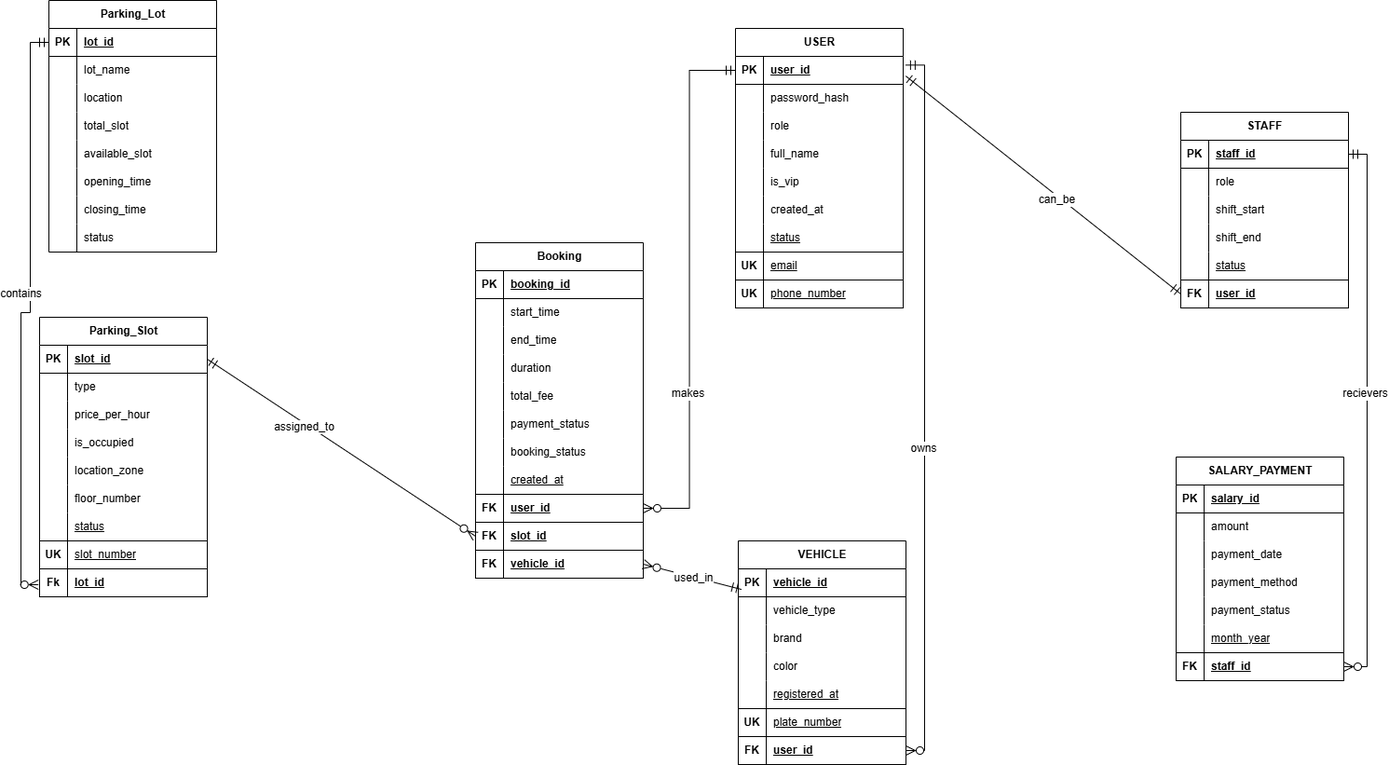
Above: diagrams/erd.drawio.png in A-proG-spec/AASTU-DB-Project-Group-2 (draw.io), before the change. Source tidied: cells renumbered, new cells last; positions are measured from the earlier drawing's top-left corner, leaving out a move shared by most shapes.
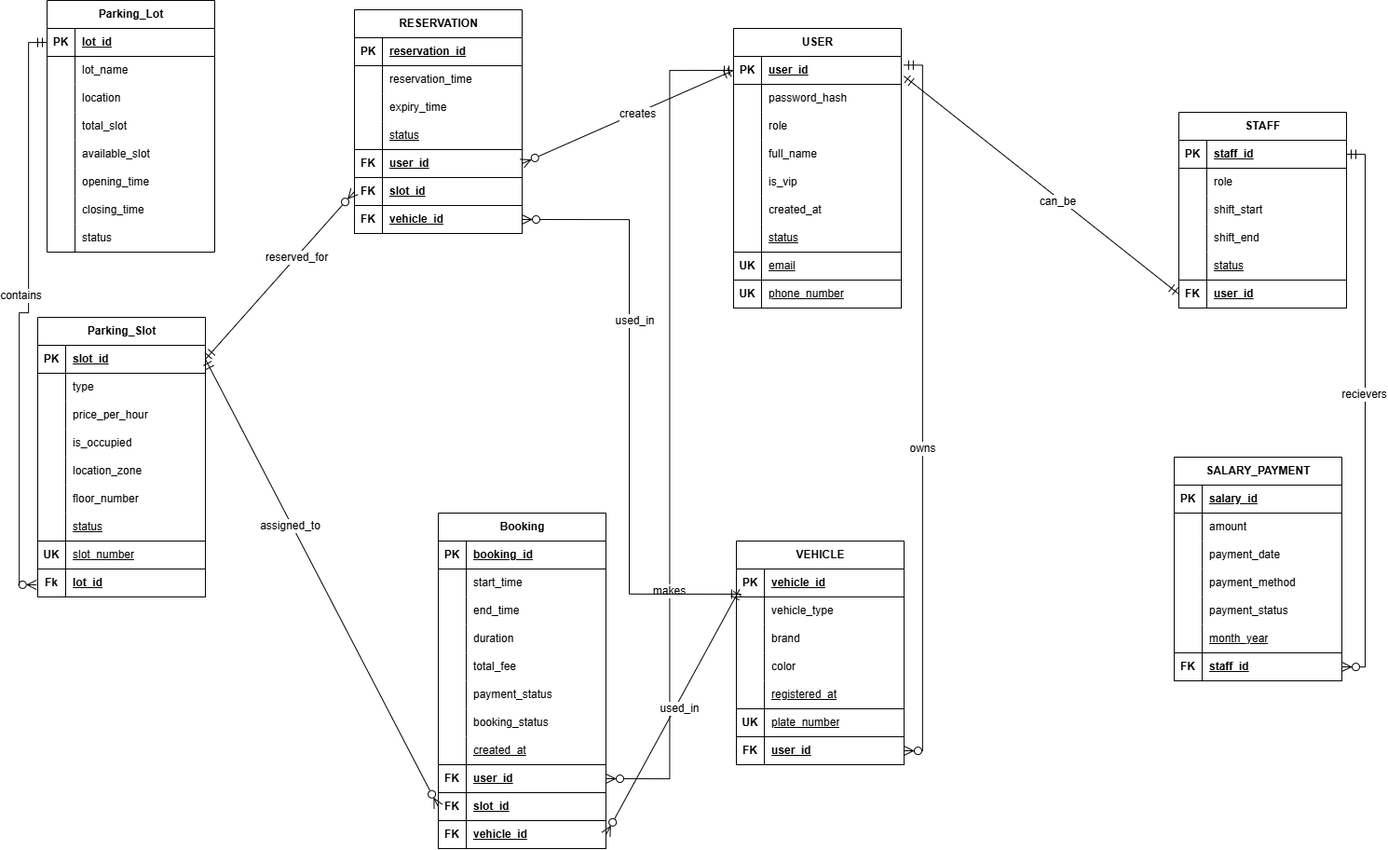
The same file after the commit.

Commit message:
added the entity reservation and how it relate with others entities

What changed in the source:
```diff
@@ -162,7 +162,7 @@
       <mxGeometry x="30" width="150" height="30" as="geometry" />
     </mxCell>
     <mxCell id="55" value="Booking" style="shape=table;startSize=30;rowLines=0;fontStyle=1;align=center;html=1;" parent="1" vertex="1">
-      <mxGeometry x="488" y="260" width="180" height="360" as="geometry" />
+      <mxGeometry x="450" y="550" width="180" height="360" as="geometry" />
     </mxCell>
     <mxCell id="56" style="shape=tableRow;horizontal=0;startSize=0;swimlaneHead=0;swimlaneBody=0;fillColor=none;top=0;left=0;right=0;bottom=1;" parent="55" vertex="1">
       <mxGeometry y="30" width="180" height="30" as="geometry" />
@@ -593,5 +593,89 @@
         <mxPoint y="-1" as="offset" />
       </mxGeometry>
     </mxCell>
+    <mxCell id="194" value="RESERVATION" style="shape=table;startSize=30;rowLines=0;fontStyle=1;align=center;html=1;" parent="1" vertex="1">
+      <mxGeometry x="360" y="10" width="180" height="240" as="geometry" />
+    </mxCell>
+    <mxCell id="195" style="shape=tableRow;horizontal=0;startSize=0;swimlaneHead=0;swimlaneBody=0;fillColor=none;top=0;left=0;right=0;bottom=1;" parent="194" vertex="1">
+      <mxGeometry y="30" width="180" height="30" as="geometry" />
+    </mxCell>
+    <mxCell id="196" value="PK" style="shape=partialRectangle;fillColor=none;top=0;left=0;bottom=0;right=0;fontStyle=1;overflow=hidden;whiteSpace=wrap;html=1;" parent="195" vertex="1">
+      <mxGeometry width="30" height="30" as="geometry" />
+    </mxCell>
+    <mxCell id="197" value="reservation_id" style="shape=partialRectangle;fillColor=none;top=0;left=0;bottom=0;right=0;align=left;spacingLeft=6;fontStyle=5;overflow=hidden;whiteSpace=wrap;html=1;" parent="195" vertex="1">
+      <mxGeometry x="30" width="150" height="30" as="geometry" />
+    </mxCell>
+    <mxCell id="198" style="shape=tableRow;horizontal=0;startSize=0;swimlaneHead=0;swimlaneBody=0;fillColor=none;top=0;left=0;right=0;bottom=0;" parent="194" vertex="1">
+      <mxGeometry y="60" width="180" height="30" as="geometry" />
+    </mxCell>
+    <mxCell id="199" style="shape=partialRectangle;fillColor=none;top=0;left=0;bottom=0;right=0;overflow=hidden;whiteSpace=wrap;html=1;" parent="198" vertex="1">
+      <mxGeometry width="30" height="30" as="geometry" />
+    </mxCell>
+    <mxCell id="200" value="reservation_time" style="shape=partialRectangle;fillColor=none;top=0;left=0;bottom=0;right=0;align=left;spacingLeft=6;overflow=hidden;whiteSpace=wrap;html=1;" parent="198" vertex="1">
+      <mxGeometry x="30" width="150" height="30" as="geometry" />
+    </mxCell>
+    <mxCell id="201" style="shape=tableRow;horizontal=0;startSize=0;swimlaneHead=0;swimlaneBody=0;fillColor=none;top=0;left=0;right=0;bottom=0;" parent="194" vertex="1">
+      <mxGeometry y="90" width="180" height="30" as="geometry" />
+    </mxCell>
+    <mxCell id="202" style="shape=partialRectangle;fillColor=none;top=0;left=0;bottom=0;right=0;overflow=hidden;whiteSpace=wrap;html=1;" parent="201" vertex="1">
+      <mxGeometry width="30" height="30" as="geometry" />
+    </mxCell>
+    <mxCell id="203" value="expiry_time" style="shape=partialRectangle;fillColor=none;top=0;left=0;bottom=0;right=0;align=left;spacingLeft=6;overflow=hidden;whiteSpace=wrap;html=1;" parent="201" vertex="1">
+      <mxGeometry x="30" width="150" height="30" as="geometry" />
+    </mxCell>
+    <mxCell id="204" style="shape=tableRow;horizontal=0;startSize=0;swimlaneHead=0;swimlaneBody=0;fillColor=none;top=0;left=0;right=0;bottom=1;" parent="194" vertex="1">
+      <mxGeometry y="120" width="180" height="30" as="geometry" />
+    </mxCell>
+    <mxCell id="205" style="shape=partialRectangle;fillColor=none;top=0;left=0;bottom=0;right=0;fontStyle=1;overflow=hidden;whiteSpace=wrap;html=1;" parent="204" vertex="1">
+      <mxGeometry width="30" height="30" as="geometry" />
+    </mxCell>
+    <mxCell id="206" value="&lt;span style=&quot;font-weight: normal;&quot;&gt;status&lt;/span&gt;" style="shape=partialRectangle;fillColor=none;top=0;left=0;bottom=0;right=0;align=left;spacingLeft=6;fontStyle=5;overflow=hidden;whiteSpace=wrap;html=1;" parent="204" vertex="1">
+      <mxGeometry x="30" width="150" height="30" as="geometry" />
+    </mxCell>
+    <mxCell id="207" style="shape=tableRow;horizontal=0;startSize=0;swimlaneHead=0;swimlaneBody=0;fillColor=none;points=[[0,0.5],[1,0.5]];portConstraint=eastwest;top=0;left=0;right=0;bottom=1;" parent="194" vertex="1">
+      <mxGeometry y="150" width="180" height="30" as="geometry" />
+    </mxCell>
+    <mxCell id="208" value="FK" style="shape=partialRectangle;fillColor=none;top=0;left=0;bottom=0;right=0;fontStyle=1;overflow=hidden;whiteSpace=wrap;html=1;" parent="207" vertex="1">
+      <mxGeometry width="30" height="30" as="geometry" />
+    </mxCell>
+    <mxCell id="209" value="user_id" style="shape=partialRectangle;fillColor=none;top=0;left=0;bottom=0;right=0;align=left;spacingLeft=6;fontStyle=5;overflow=hidden;whiteSpace=wrap;html=1;" parent="207" vertex="1">
+      <mxGeometry x="30" width="150" height="30" as="geometry" />
+    </mxCell>
+    <mxCell id="210" style="shape=tableRow;horizontal=0;startSize=0;swimlaneHead=0;swimlaneBody=0;fillColor=none;points=[[0,0.5],[1,0.5]];portConstraint=eastwest;top=0;left=0;right=0;bottom=1;" parent="194" vertex="1">
+      <mxGeometry y="180" width="180" height="30" as="geometry" />
+    </mxCell>
+    <mxCell id="211" value="FK" style="shape=partialRectangle;fillColor=none;top=0;left=0;bottom=0;right=0;fontStyle=1;overflow=hidden;whiteSpace=wrap;html=1;" parent="210" vertex="1">
+      <mxGeometry width="30" height="30" as="geometry" />
+    </mxCell>
+    <mxCell id="212" value="slot_id" style="shape=partialRectangle;fillColor=none;top=0;left=0;bottom=0;right=0;align=left;spacingLeft=6;fontStyle=5;overflow=hidden;whiteSpace=wrap;html=1;" parent="210" vertex="1">
+      <mxGeometry x="30" width="150" height="30" as="geometry" />
+    </mxCell>
+    <mxCell id="213" style="shape=tableRow;horizontal=0;startSize=0;swimlaneHead=0;swimlaneBody=0;fillColor=none;points=[[0,0.5],[1,0.5]];portConstraint=eastwest;top=0;left=0;right=0;bottom=1;" parent="194" vertex="1">
+      <mxGeometry y="210" width="180" height="30" as="geometry" />
+    </mxCell>
+    <mxCell id="214" value="FK" style="shape=partialRectangle;fillColor=none;top=0;left=0;bottom=0;right=0;fontStyle=1;overflow=hidden;whiteSpace=wrap;html=1;" parent="213" vertex="1">
+      <mxGeometry width="30" height="30" as="geometry" />
+    </mxCell>
+    <mxCell id="215" value="vehicle_id" style="shape=partialRectangle;fillColor=none;top=0;left=0;bottom=0;right=0;align=left;spacingLeft=6;fontStyle=5;overflow=hidden;whiteSpace=wrap;html=1;" parent="213" vertex="1">
+      <mxGeometry x="30" width="150" height="30" as="geometry" />
+    </mxCell>
+    <mxCell id="216" style="edgeStyle=none;curved=1;rounded=0;jettySize=auto;html=1;exitX=0;exitY=0.5;exitDx=0;exitDy=0;entryX=1;entryY=0.5;entryDx=0;entryDy=0;fontSize=12;startSize=8;endSize=8;startArrow=ERzeroToMany;startFill=0;endArrow=ERmandOne;endFill=0;" parent="1" edge="1" source="210" target="28">
+      <mxGeometry relative="1" as="geometry" />
+    </mxCell>
+    <mxCell id="217" value="reserved_for" style="edgeLabel;html=1;align=center;verticalAlign=middle;fontSize=12;" parent="216" vertex="1">
+      <mxGeometry x="-0.21" y="-1" relative="1" as="geometry" />
+    </mxCell>
+    <mxCell id="218" style="edgeStyle=none;curved=1;rounded=0;jettySize=auto;html=1;exitX=1;exitY=0.5;exitDx=0;exitDy=0;entryX=0;entryY=0.5;entryDx=0;entryDy=0;fontSize=12;startSize=8;endSize=8;startArrow=ERzeroToMany;startFill=0;endArrow=ERmandOne;endFill=0;" parent="1" edge="1" source="207" target="94">
+      <mxGeometry relative="1" as="geometry" />
+    </mxCell>
+    <mxCell id="219" value="creates" style="edgeLabel;html=1;align=center;verticalAlign=middle;fontSize=12;" parent="218" vertex="1">
+      <mxGeometry x="0.09" relative="1" as="geometry" />
+    </mxCell>
+    <mxCell id="220" style="edgeStyle=orthogonalEdgeStyle;rounded=0;jettySize=auto;html=1;exitX=1;exitY=0.5;exitDx=0;exitDy=0;entryX=0.028;entryY=0.9;entryDx=0;entryDy=0;entryPerimeter=0;fontSize=12;startSize=8;endSize=8;startArrow=ERzeroToMany;startFill=0;endArrow=ERmandOne;endFill=0;" parent="1" edge="1" source="213" target="124">
+      <mxGeometry relative="1" as="geometry" />
+    </mxCell>
+    <mxCell id="221" value="used_in" style="edgeLabel;html=1;align=center;verticalAlign=middle;fontSize=12;" parent="220" vertex="1">
+      <mxGeometry x="-0.3" y="5" relative="1" as="geometry" />
+    </mxCell>
   </root>
 </mxGraphModel>
```
